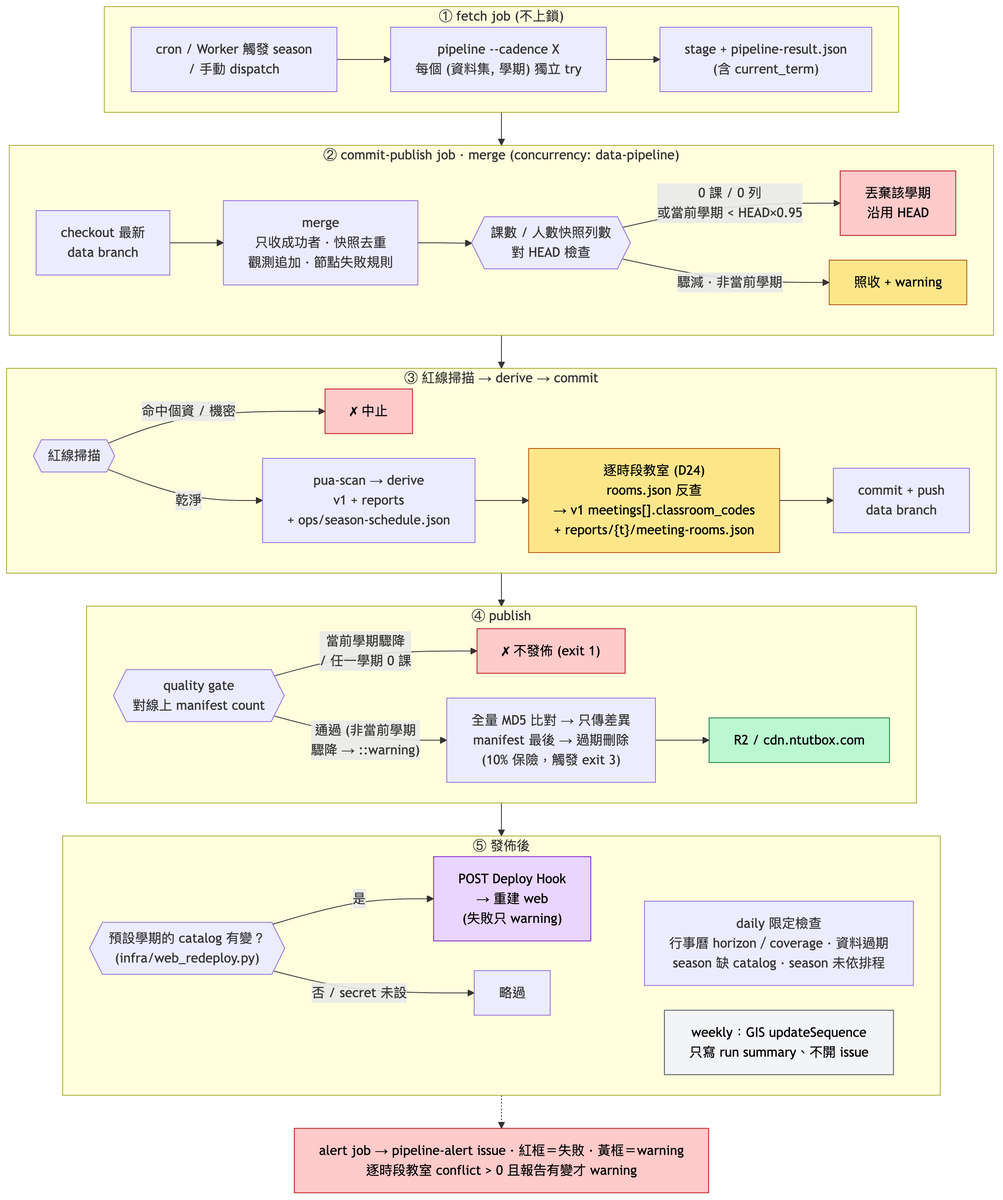
This is docs/diagrams/02-pipeline.png from poterpan/ntutbox-course, a Mermaid export, as it was before one commit. Its source is kept beside it as docs/diagrams/02-pipeline.mmd.
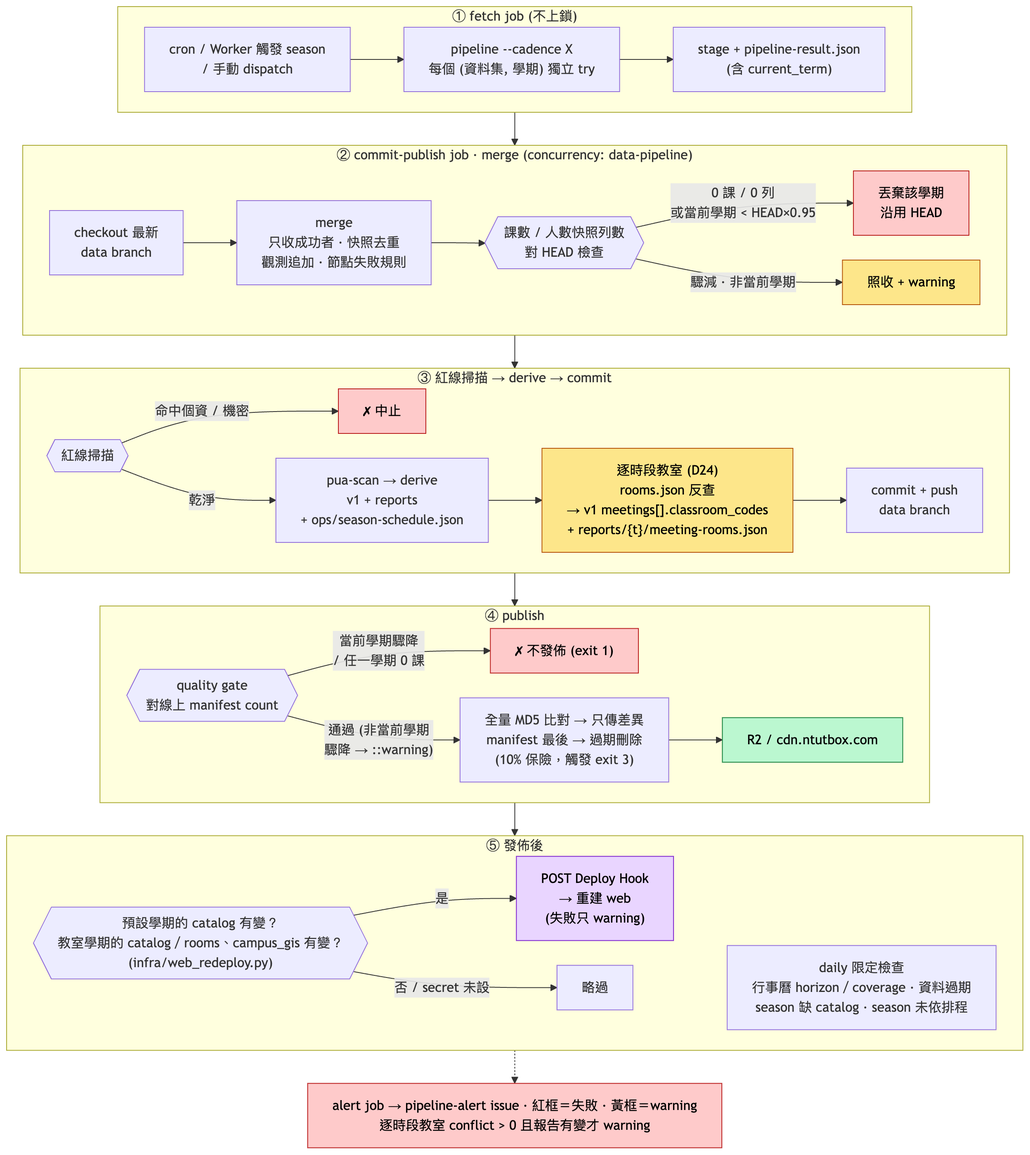
The same diagram one commit later.

What changed in the source:
```diff
@@ -33,12 +33,10 @@
 
     subgraph S5["⑤ 發佈後"]
         direction LR
-        W{{"預設學期的 catalog 有變？<br/>(infra/web_redeploy.py)"}} -->|是| WH["POST Deploy Hook<br/>→ 重建 web<br/>(失敗只 warning)"]
+        W{{"預設學期的 catalog 有變？<br/>教室學期的 catalog／rooms、campus_gis 有變？<br/>(infra/web_redeploy.py)"}} -->|是| WH["POST Deploy Hook<br/>→ 重建 web<br/>(失敗只 warning)"]
         W -->|"否 / secret 未設"| WS["略過"]
         DC["daily 限定檢查<br/>行事曆 horizon／coverage · 資料過期<br/>season 缺 catalog · season 未依排程"]
-        GD["weekly：GIS updateSequence<br/>只寫 run summary、不開 issue"]
         WS ~~~ DC
-        WS ~~~ GD
     end
 
     AL["alert job → pipeline-alert issue · 紅框＝失敗 · 黃框＝warning<br/>逐時段教室 conflict > 0 且報告有變才 warning"]
@@ -59,5 +57,4 @@
     class QW,MR warn
     class M ok
     class WH trig
-    class GD muted
     class AL bad
```
